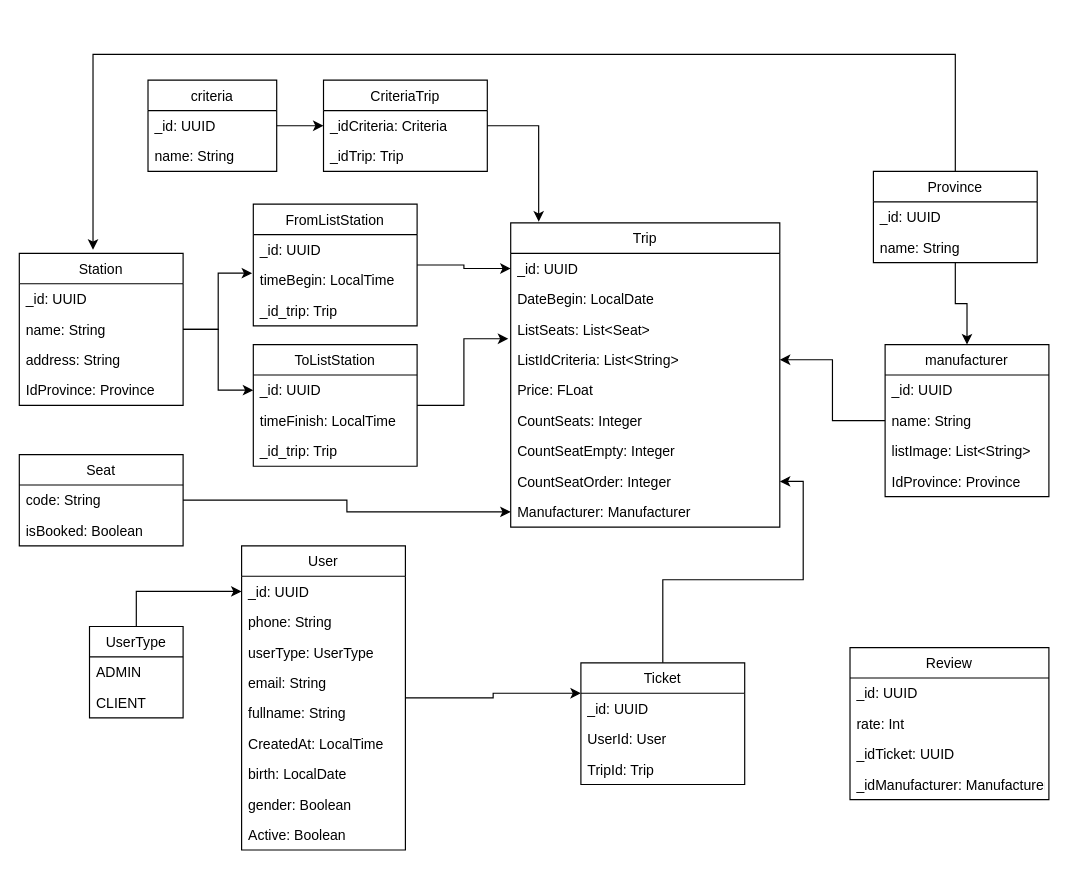
Earlier version of the draw.io diagram Untitled Diagram.drawio (quannguyen1999/manage-disks). Source tidied: cells renumbered, new cells numbered last; positions are measured from the earlier drawing's top-left corner, leaving out a move shared by most shapes. Both pictures are drawn from the tidied source at 117%, with x=0, y=0 at pixel (19, 54).
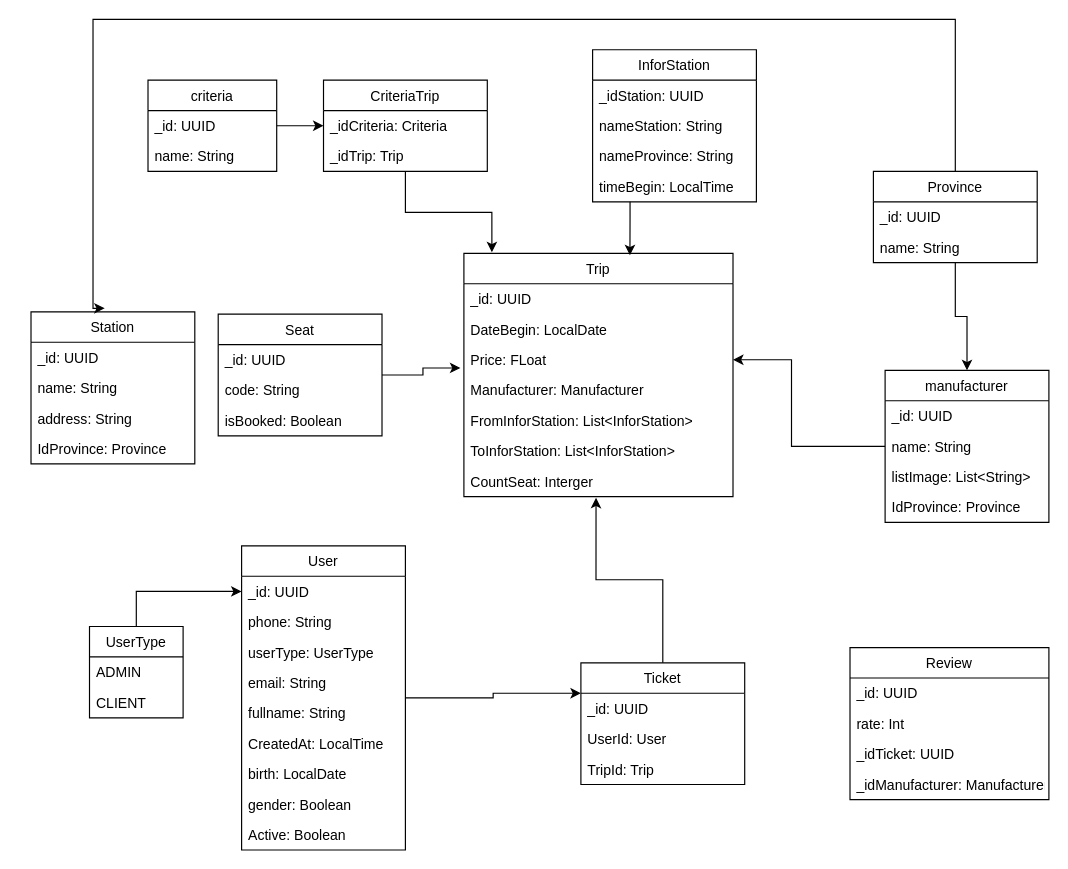
Above is the later version.

The change refers to these unchanged cells:
```xml
<mxCell id="4" value="_id: UUID" style="text;strokeColor=none;fillColor=none;align=left;verticalAlign=top;spacingLeft=4;spacingRight=4;overflow=hidden;points=[[0,0.5],[1,0.5]];portConstraint=eastwest;" parent="3" vertex="1">
  <mxGeometry y="26" width="230" height="26" as="geometry" />
</mxCell>
<mxCell id="16" value="Province" style="swimlane;fontStyle=0;horizontal=1;startSize=26;fillColor=none;" parent="1" vertex="1">
  <mxGeometry x="730" y="100" width="140" height="78" as="geometry" />
</mxCell>
<mxCell id="59" value="Ticket" style="swimlane;fontStyle=0;horizontal=1;startSize=26;fillColor=none;" parent="1" vertex="1">
  <mxGeometry x="480" y="520" width="140" height="104" as="geometry" />
</mxCell>
```

What changed in the source:
```diff
@@
     <mxCell id="3" value="Trip" style="swimlane;fontStyle=0;horizontal=1;startSize=26;fillColor=none;" parent="1" vertex="1">
-      <mxGeometry x="420" y="144" width="230" height="260" as="geometry" />
+      <mxGeometry x="380" y="170" width="230" height="208" as="geometry" />
     </mxCell>
@@
-    <mxCell id="6" value="ListSeats: List&lt;Seat&gt;" style="text;strokeColor=none;fillColor=none;align=left;verticalAlign=top;spacingLeft=4;spacingRight=4;overflow=hidden;points=[[0,0.5],[1,0.5]];portConstraint=eastwest;" parent="3" vertex="1">
-      <mxGeometry y="78" width="230" height="26" as="geometry" />
-    </mxCell>
-    <mxCell id="7" value="ListIdCriteria: List&lt;String&gt;" style="text;strokeColor=none;fillColor=none;align=left;verticalAlign=top;spacingLeft=4;spacingRight=4;overflow=hidden;points=[[0,0.5],[1,0.5]];portConstraint=eastwest;" parent="3" vertex="1">
-      <mxGeometry y="104" width="230" height="26" as="geometry" />
-    </mxCell>
     <mxCell id="8" value="Price: FLoat" style="text;strokeColor=none;fillColor=none;align=left;verticalAlign=top;spacingLeft=4;spacingRight=4;overflow=hidden;points=[[0,0.5],[1,0.5]];portConstraint=eastwest;" parent="3" vertex="1">
-      <mxGeometry y="130" width="230" height="26" as="geometry" />
+      <mxGeometry y="78" width="230" height="26" as="geometry" />
     </mxCell>
-    <mxCell id="9" value="CountSeats: Integer" style="text;strokeColor=none;fillColor=none;align=left;verticalAlign=top;spacingLeft=4;spacingRight=4;overflow=hidden;" parent="3" vertex="1">
-      <mxGeometry y="156" width="230" height="26" as="geometry" />
-    </mxCell>
-    <mxCell id="10" value="CountSeatEmpty: Integer" style="text;strokeColor=none;fillColor=none;align=left;verticalAlign=top;spacingLeft=4;spacingRight=4;overflow=hidden;" parent="3" vertex="1">
-      <mxGeometry y="182" width="230" height="26" as="geometry" />
-    </mxCell>
-    <mxCell id="11" value="CountSeatOrder: Integer" style="text;strokeColor=none;fillColor=none;align=left;verticalAlign=top;spacingLeft=4;spacingRight=4;overflow=hidden;points=[[0,0.5],[1,0.5]];portConstraint=eastwest;" parent="3" vertex="1">
-      <mxGeometry y="208" width="230" height="26" as="geometry" />
-    </mxCell>
     <mxCell id="12" value="Manufacturer: Manufacturer" style="text;strokeColor=none;fillColor=none;align=left;verticalAlign=top;spacingLeft=4;spacingRight=4;overflow=hidden;points=[[0,0.5],[1,0.5]];portConstraint=eastwest;" parent="3" vertex="1">
-      <mxGeometry y="234" width="230" height="26" as="geometry" />
+      <mxGeometry y="104" width="230" height="26" as="geometry" />
     </mxCell>
+    <mxCell id="77" value="FromInforStation: List&lt;InforStation&gt;" style="text;strokeColor=none;fillColor=none;align=left;verticalAlign=top;spacingLeft=4;spacingRight=4;overflow=hidden;" parent="3" vertex="1">
+      <mxGeometry y="130" width="230" height="26" as="geometry" />
+    </mxCell>
+    <mxCell id="78" value="ToInforStation: List&lt;InforStation&gt;" style="text;strokeColor=none;fillColor=none;align=left;verticalAlign=top;spacingLeft=4;spacingRight=4;overflow=hidden;" parent="3" vertex="1">
+      <mxGeometry y="156" width="230" height="26" as="geometry" />
+    </mxCell>
+    <mxCell id="79" value="CountSeat: Interger" style="text;strokeColor=none;fillColor=none;align=left;verticalAlign=top;spacingLeft=4;spacingRight=4;overflow=hidden;points=[[0,0.5],[1,0.5]];portConstraint=eastwest;" parent="3" vertex="1">
+      <mxGeometry y="182" width="230" height="26" as="geometry" />
+    </mxCell>
-    <mxCell id="13" style="edgeStyle=orthogonalEdgeStyle;rounded=0;jettySize=auto;html=1;entryX=1;entryY=0.5;entryDx=0;entryDy=0;" parent="1" edge="1" source="19" target="7">
-      <mxGeometry relative="1" as="geometry" />
+    <mxCell id="13" style="edgeStyle=orthogonalEdgeStyle;rounded=0;jettySize=auto;html=1;entryX=1;entryY=0.5;entryDx=0;entryDy=0;" parent="1" edge="1" source="19">
+      <mxGeometry relative="1" as="geometry">
+        <mxPoint x="610" y="261" as="targetPoint" />
+        <Array as="points">
+          <mxPoint x="660" y="335" />
+          <mxPoint x="660" y="261" />
+        </Array>
+      </mxGeometry>
     </mxCell>
     <mxCell id="14" style="edgeStyle=orthogonalEdgeStyle;rounded=0;jettySize=auto;html=1;entryX=0.45;entryY=-0.023;entryDx=0;entryDy=0;entryPerimeter=0;" parent="1" edge="1" source="16" target="39">
       <mxGeometry relative="1" as="geometry">
         <Array as="points">
-          <mxPoint x="800" />
-          <mxPoint x="63" />
+          <mxPoint x="800" y="-30" />
+          <mxPoint x="63" y="-30" />
         </Array>
       </mxGeometry>
     </mxCell>
@@
     <mxCell id="19" value="manufacturer" style="swimlane;fontStyle=0;horizontal=1;startSize=26;fillColor=none;" parent="1" vertex="1">
-      <mxGeometry x="740" y="248" width="140" height="130" as="geometry" />
+      <mxGeometry x="740" y="270" width="140" height="130" as="geometry" />
     </mxCell>
@@
-    <mxCell id="33" style="edgeStyle=orthogonalEdgeStyle;rounded=0;jettySize=auto;html=1;entryX=0;entryY=0.5;entryDx=0;entryDy=0;" parent="1" edge="1" source="34" target="12">
+    <mxCell id="33" style="edgeStyle=orthogonalEdgeStyle;rounded=0;jettySize=auto;html=1;entryX=-0.013;entryY=0.769;entryDx=0;entryDy=0;entryPerimeter=0;" parent="1" edge="1" source="34" target="8">
       <mxGeometry relative="1" as="geometry" />
     </mxCell>
     <mxCell id="34" value="Seat" style="swimlane;fontStyle=0;horizontal=1;startSize=26;fillColor=none;" parent="1" vertex="1">
-      <mxGeometry y="342" width="140" height="78" as="geometry" />
+      <mxGeometry x="170" y="222" width="140" height="104" as="geometry" />
     </mxCell>
+    <mxCell id="80" value="_id: UUID" style="text;strokeColor=none;fillColor=none;align=left;verticalAlign=top;spacingLeft=4;spacingRight=4;overflow=hidden;" parent="34" vertex="1">
+      <mxGeometry y="26" width="140" height="26" as="geometry" />
+    </mxCell>
     <mxCell id="35" value="code: String" style="text;strokeColor=none;fillColor=none;align=left;verticalAlign=top;spacingLeft=4;spacingRight=4;overflow=hidden;" parent="34" vertex="1">
-      <mxGeometry y="26" width="140" height="26" as="geometry" />
+      <mxGeometry y="52" width="140" height="26" as="geometry" />
     </mxCell>
     <mxCell id="36" value="isBooked: Boolean" style="text;strokeColor=none;fillColor=none;align=left;verticalAlign=top;spacingLeft=4;spacingRight=4;overflow=hidden;" parent="34" vertex="1">
-      <mxGeometry y="52" width="140" height="26" as="geometry" />
+      <mxGeometry y="78" width="140" height="26" as="geometry" />
     </mxCell>
-    <mxCell id="37" style="edgeStyle=orthogonalEdgeStyle;rounded=0;jettySize=auto;html=1;entryX=-0.007;entryY=0.269;entryDx=0;entryDy=0;entryPerimeter=0;" parent="1" edge="1" source="39" target="66">
-      <mxGeometry relative="1" as="geometry" />
-    </mxCell>
-    <mxCell id="38" style="edgeStyle=orthogonalEdgeStyle;rounded=0;jettySize=auto;html=1;entryX=0;entryY=0.5;entryDx=0;entryDy=0;" parent="1" edge="1" source="39" target="70">
-      <mxGeometry relative="1" as="geometry" />
-    </mxCell>
     <mxCell id="39" value="Station" style="swimlane;fontStyle=0;horizontal=1;startSize=26;fillColor=none;" parent="1" vertex="1">
-      <mxGeometry y="170" width="140" height="130" as="geometry" />
+      <mxGeometry x="10" y="220" width="140" height="130" as="geometry" />
     </mxCell>
@@
-    <mxCell id="58" style="edgeStyle=orthogonalEdgeStyle;rounded=0;jettySize=auto;html=1;" parent="1" edge="1" source="59" target="11">
-      <mxGeometry relative="1" as="geometry" />
-    </mxCell>
+    <mxCell id="81" style="edgeStyle=orthogonalEdgeStyle;rounded=0;jettySize=auto;html=1;entryX=0.491;entryY=1.038;entryDx=0;entryDy=0;entryPerimeter=0;" parent="1" edge="1" source="59" target="79">
+      <mxGeometry relative="1" as="geometry" />
+    </mxCell>
@@
-    <mxCell id="63" style="edgeStyle=orthogonalEdgeStyle;rounded=0;jettySize=auto;html=1;entryX=0;entryY=0.5;entryDx=0;entryDy=0;" parent="1" edge="1" source="64" target="4">
-      <mxGeometry relative="1" as="geometry" />
-    </mxCell>
-    <mxCell id="64" value="FromListStation" style="swimlane;fontStyle=0;horizontal=1;startSize=26;fillColor=none;" parent="1" vertex="1">
-      <mxGeometry x="200" y="128" width="140" height="104" as="geometry" />
-    </mxCell>
-    <mxCell id="65" value="_id: UUID" style="text;strokeColor=none;fillColor=none;align=left;verticalAlign=top;spacingLeft=4;spacingRight=4;overflow=hidden;" parent="64" vertex="1">
-      <mxGeometry y="26" width="140" height="26" as="geometry" />
-    </mxCell>
-    <mxCell id="66" value="timeBegin: LocalTime" style="text;strokeColor=none;fillColor=none;align=left;verticalAlign=top;spacingLeft=4;spacingRight=4;overflow=hidden;points=[[0,0.5],[1,0.5]];portConstraint=eastwest;" parent="64" vertex="1">
-      <mxGeometry y="52" width="140" height="26" as="geometry" />
-    </mxCell>
-    <mxCell id="67" value="_id_trip: Trip" style="text;strokeColor=none;fillColor=none;align=left;verticalAlign=top;spacingLeft=4;spacingRight=4;overflow=hidden;" parent="64" vertex="1">
-      <mxGeometry y="78" width="140" height="26" as="geometry" />
-    </mxCell>
-    <mxCell id="68" style="edgeStyle=orthogonalEdgeStyle;rounded=0;jettySize=auto;html=1;entryX=-0.009;entryY=0.808;entryDx=0;entryDy=0;entryPerimeter=0;" parent="1" edge="1" source="69" target="6">
-      <mxGeometry relative="1" as="geometry" />
-    </mxCell>
-    <mxCell id="69" value="ToListStation" style="swimlane;fontStyle=0;horizontal=1;startSize=26;fillColor=none;" parent="1" vertex="1">
-      <mxGeometry x="200" y="248" width="140" height="104" as="geometry" />
-    </mxCell>
-    <mxCell id="70" value="_id: UUID" style="text;strokeColor=none;fillColor=none;align=left;verticalAlign=top;spacingLeft=4;spacingRight=4;overflow=hidden;points=[[0,0.5],[1,0.5]];portConstraint=eastwest;" parent="69" vertex="1">
-      <mxGeometry y="26" width="140" height="26" as="geometry" />
-    </mxCell>
-    <mxCell id="71" value="timeFinish: LocalTime" style="text;strokeColor=none;fillColor=none;align=left;verticalAlign=top;spacingLeft=4;spacingRight=4;overflow=hidden;" parent="69" vertex="1">
-      <mxGeometry y="52" width="140" height="26" as="geometry" />
-    </mxCell>
-    <mxCell id="72" value="_id_trip: Trip" style="text;strokeColor=none;fillColor=none;align=left;verticalAlign=top;spacingLeft=4;spacingRight=4;overflow=hidden;" parent="69" vertex="1">
-      <mxGeometry y="78" width="140" height="26" as="geometry" />
-    </mxCell>
@@
+    <mxCell id="82" style="edgeStyle=orthogonalEdgeStyle;rounded=0;jettySize=auto;html=1;entryX=0.617;entryY=0.008;entryDx=0;entryDy=0;entryPerimeter=0;" parent="1" edge="1" source="83" target="3">
+      <mxGeometry relative="1" as="geometry">
+        <Array as="points">
+          <mxPoint x="522" y="140" />
+          <mxPoint x="522" y="140" />
+        </Array>
+      </mxGeometry>
+    </mxCell>
+    <mxCell id="83" value="InforStation" style="swimlane;fontStyle=0;horizontal=1;startSize=26;fillColor=none;" parent="1" vertex="1">
+      <mxGeometry x="490" y="-4" width="140" height="130" as="geometry" />
+    </mxCell>
+    <mxCell id="84" value="_idStation: UUID" style="text;strokeColor=none;fillColor=none;align=left;verticalAlign=top;spacingLeft=4;spacingRight=4;overflow=hidden;" parent="83" vertex="1">
+      <mxGeometry y="26" width="140" height="26" as="geometry" />
+    </mxCell>
+    <mxCell id="85" value="nameStation: String" style="text;strokeColor=none;fillColor=none;align=left;verticalAlign=top;spacingLeft=4;spacingRight=4;overflow=hidden;" parent="83" vertex="1">
+      <mxGeometry y="52" width="140" height="26" as="geometry" />
+    </mxCell>
+    <mxCell id="86" value="nameProvince: String" style="text;strokeColor=none;fillColor=none;align=left;verticalAlign=top;spacingLeft=4;spacingRight=4;overflow=hidden;" parent="83" vertex="1">
+      <mxGeometry y="78" width="140" height="26" as="geometry" />
+    </mxCell>
+    <mxCell id="66" value="timeBegin: LocalTime" style="text;strokeColor=none;fillColor=none;align=left;verticalAlign=top;spacingLeft=4;spacingRight=4;overflow=hidden;points=[[0,0.5],[1,0.5]];portConstraint=eastwest;" parent="83" vertex="1">
+      <mxGeometry y="104" width="140" height="26" as="geometry" />
+    </mxCell>
```
